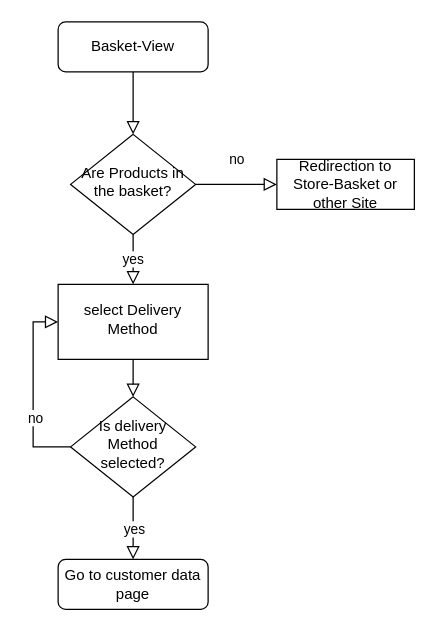
Above: page "Basket" (1 of 4) of basket.drawio in jaegermoritz/test-wiki-diagrams (draw.io), before the change. Source tidied: cells renumbered, new cells numbered last; positions are measured from the earlier drawing's top-left corner, leaving out a move shared by most shapes. Both pictures are drawn from the tidied source at 125%, with x=0, y=0 at pixel (58, 21).
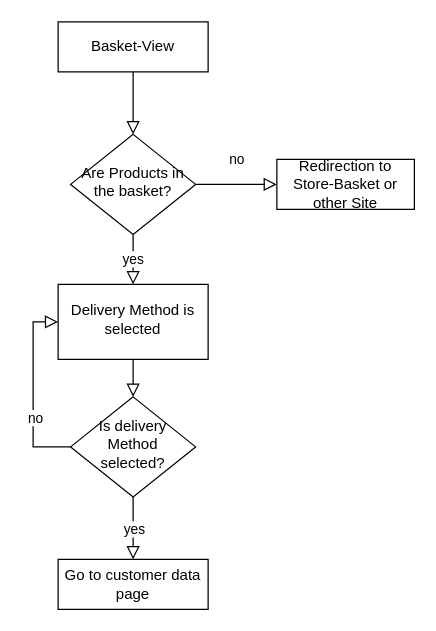
The same diagram, later.

Commit message (it also covers changes not shown here):
Update wording of basket element

Change to the diagram source:
```diff
@@
 <mxGraphModel>
   <root>
     <mxCell id="0" />
     <mxCell id="1" parent="0" />
     <mxCell id="2" style="rounded=0;html=1;jettySize=auto;fontSize=11;endArrow=block;endFill=0;endSize=8;strokeWidth=1;shadow=0;labelBackgroundColor=none;edgeStyle=orthogonalEdgeStyle;" parent="1" edge="1" source="3" target="6">
       <mxGeometry relative="1" as="geometry" />
     </mxCell>
-    <mxCell id="3" value="Basket-View" style="rounded=1;whiteSpace=wrap;html=1;fontSize=12;glass=0;strokeWidth=1;shadow=0;" parent="1" vertex="1">
+    <mxCell id="3" value="Basket-View" style="rounded=0;whiteSpace=wrap;html=1;fontSize=12;glass=0;strokeWidth=1;shadow=0;" parent="1" vertex="1">
       <mxGeometry width="120" height="40" as="geometry" />
     </mxCell>
     <mxCell id="4" value="no" style="rounded=0;html=1;jettySize=auto;fontSize=11;endArrow=block;endFill=0;endSize=8;strokeWidth=1;shadow=0;labelBackgroundColor=none;edgeStyle=orthogonalEdgeStyle;entryX=0;entryY=0.5;entryDx=0;entryDy=0;" parent="1" edge="1" source="6" target="15">
       <mxGeometry y="20" relative="1" as="geometry" />
     </mxCell>
     <mxCell id="5" value="yes" style="edgeStyle=orthogonalEdgeStyle;rounded=0;jumpStyle=none;jettySize=auto;html=1;endArrow=block;endFill=0;endSize=8;" parent="1" edge="1" source="6" target="14">
       <mxGeometry relative="1" as="geometry" />
     </mxCell>
     <mxCell id="6" value="Are Products in the basket?" style="rhombus;whiteSpace=wrap;html=1;shadow=0;fontFamily=Helvetica;fontSize=12;align=center;strokeWidth=1;spacing=6;spacingTop=-4;" parent="1" vertex="1">
       <mxGeometry x="10" y="90" width="100" height="80" as="geometry" />
     </mxCell>
     <mxCell id="7" style="edgeStyle=orthogonalEdgeStyle;rounded=0;jumpStyle=none;jettySize=auto;html=1;exitX=0;exitY=0.5;exitDx=0;exitDy=0;endArrow=block;endFill=0;endSize=8;entryX=0;entryY=0.5;entryDx=0;entryDy=0;" parent="1" edge="1" source="9" target="14">
       <mxGeometry relative="1" as="geometry" />
     </mxCell>
     <mxCell id="8" value="no" style="edgeLabel;html=1;align=center;verticalAlign=middle;" parent="7" vertex="1">
       <mxGeometry x="-0.28" y="-1" relative="1" as="geometry" />
     </mxCell>
     <mxCell id="9" value="Is delivery Method selected?" style="rhombus;whiteSpace=wrap;html=1;shadow=0;fontFamily=Helvetica;fontSize=12;align=center;strokeWidth=1;spacing=6;spacingTop=-4;" parent="1" vertex="1">
       <mxGeometry x="10" y="300" width="100" height="80" as="geometry" />
     </mxCell>
-    <mxCell id="10" value="Go to customer data page" style="rounded=1;whiteSpace=wrap;html=1;fontSize=12;glass=0;strokeWidth=1;shadow=0;" parent="1" vertex="1">
+    <mxCell id="10" value="Go to customer data page" style="rounded=0;whiteSpace=wrap;html=1;fontSize=12;glass=0;strokeWidth=1;shadow=0;" parent="1" vertex="1">
       <mxGeometry y="430" width="120" height="40" as="geometry" />
     </mxCell>
     <mxCell id="11" style="endArrow=block;html=1;exitX=0.5;exitY=1;exitDx=0;exitDy=0;entryX=0.5;entryY=0;entryDx=0;entryDy=0;jumpStyle=none;rounded=0;endFill=0;endSize=8;" parent="1" edge="1" source="9" target="10">
       <mxGeometry relative="1" as="geometry" />
     </mxCell>
     <mxCell id="12" value="yes" style="edgeLabel;html=1;align=center;verticalAlign=middle;" parent="11" vertex="1">
       <mxGeometry relative="1" as="geometry" />
     </mxCell>
     <mxCell id="13" style="edgeStyle=orthogonalEdgeStyle;rounded=0;jumpStyle=none;jettySize=auto;html=1;endArrow=block;endFill=0;endSize=8;" parent="1" edge="1" source="14" target="9">
       <mxGeometry relative="1" as="geometry" />
     </mxCell>
-    <mxCell id="14" value="select Delivery Method" style="whiteSpace=wrap;html=1;shadow=0;strokeWidth=1;spacing=6;spacingTop=-4;" parent="1" vertex="1">
+    <mxCell id="14" value="Delivery Method is selected" style="whiteSpace=wrap;html=1;shadow=0;strokeWidth=1;spacing=6;spacingTop=-4;" parent="1" vertex="1">
       <mxGeometry y="210" width="120" height="60" as="geometry" />
     </mxCell>
     <mxCell id="15" value="Redirection to Store-Basket or other Site" style="rounded=0;whiteSpace=wrap;html=1;" parent="1" vertex="1">
       <mxGeometry x="175" y="110" width="110" height="40" as="geometry" />
     </mxCell>
   </root>
 </mxGraphModel>
```
